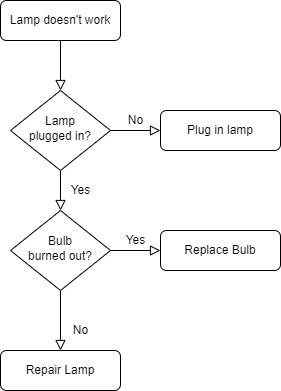
The draw.io diagram me/智慧物流.png in wwupower/daily-drawio, before a commit. Source tidied: cells renumbered, new cells last; positions are measured from the earlier drawing's top-left corner, leaving out a move shared by most shapes.
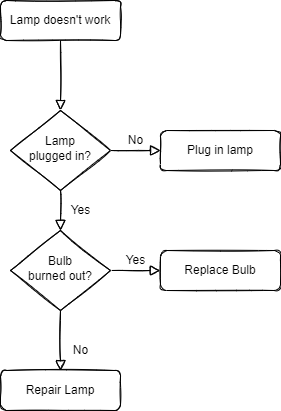
After the commit.

Commit message:
更新智慧物流.png

The edit, as a diff of the source:
```diff
@@ -2,37 +2,37 @@
   <root>
     <mxCell id="0" />
     <mxCell id="1" parent="0" />
-    <mxCell id="2" style="rounded=0;html=1;jettySize=auto;fontSize=11;endArrow=block;endFill=0;endSize=8;strokeWidth=1;shadow=0;labelBackgroundColor=none;edgeStyle=orthogonalEdgeStyle;" parent="1" edge="1" source="3" target="6">
+    <mxCell id="2" style="rounded=0;html=1;jettySize=auto;fontSize=11;endArrow=block;endFill=0;endSize=8;strokeWidth=1;shadow=0;labelBackgroundColor=none;edgeStyle=orthogonalEdgeStyle;sketch=1;" parent="1" edge="1" source="3" target="6">
       <mxGeometry relative="1" as="geometry" />
     </mxCell>
-    <mxCell id="3" value="Lamp doesn't work" style="rounded=1;whiteSpace=wrap;html=1;fontSize=12;glass=0;strokeWidth=1;shadow=0;" parent="1" vertex="1">
-      <mxGeometry width="120" height="40" as="geometry" />
+    <mxCell id="3" value="Lamp doesn't work" style="rounded=1;whiteSpace=wrap;html=1;fontSize=12;glass=0;strokeWidth=1;shadow=0;sketch=1;" parent="1" vertex="1">
+      <mxGeometry y="-20" width="120" height="40" as="geometry" />
     </mxCell>
-    <mxCell id="4" value="Yes" style="rounded=0;html=1;jettySize=auto;fontSize=11;endArrow=block;endFill=0;endSize=8;strokeWidth=1;shadow=0;labelBackgroundColor=none;edgeStyle=orthogonalEdgeStyle;" parent="1" edge="1" source="6" target="10">
+    <mxCell id="4" value="Yes" style="rounded=0;html=1;jettySize=auto;fontSize=11;endArrow=block;endFill=0;endSize=8;strokeWidth=1;shadow=0;labelBackgroundColor=none;edgeStyle=orthogonalEdgeStyle;sketch=1;" parent="1" edge="1" source="6" target="10">
       <mxGeometry y="20" relative="1" as="geometry" />
     </mxCell>
-    <mxCell id="5" value="No" style="edgeStyle=orthogonalEdgeStyle;rounded=0;html=1;jettySize=auto;fontSize=11;endArrow=block;endFill=0;endSize=8;strokeWidth=1;shadow=0;labelBackgroundColor=none;" parent="1" edge="1" source="6" target="7">
+    <mxCell id="5" value="No" style="edgeStyle=orthogonalEdgeStyle;rounded=0;html=1;jettySize=auto;fontSize=11;endArrow=block;endFill=0;endSize=8;strokeWidth=1;shadow=0;labelBackgroundColor=none;sketch=1;" parent="1" edge="1" source="6" target="7">
       <mxGeometry y="10" relative="1" as="geometry" />
     </mxCell>
-    <mxCell id="6" value="Lamp&lt;br&gt;plugged in?" style="rhombus;whiteSpace=wrap;html=1;shadow=0;fontFamily=Helvetica;fontSize=12;align=center;strokeWidth=1;spacing=6;spacingTop=-4;" parent="1" vertex="1">
+    <mxCell id="6" value="Lamp&lt;br&gt;plugged in?" style="rhombus;whiteSpace=wrap;html=1;shadow=0;fontFamily=Helvetica;fontSize=12;align=center;strokeWidth=1;spacing=6;spacingTop=-4;sketch=1;" parent="1" vertex="1">
       <mxGeometry x="10" y="90" width="100" height="80" as="geometry" />
     </mxCell>
-    <mxCell id="7" value="Plug in lamp" style="rounded=1;whiteSpace=wrap;html=1;fontSize=12;glass=0;strokeWidth=1;shadow=0;" parent="1" vertex="1">
+    <mxCell id="7" value="Plug in lamp" style="rounded=1;whiteSpace=wrap;html=1;fontSize=12;glass=0;strokeWidth=1;shadow=0;sketch=1;" parent="1" vertex="1">
       <mxGeometry x="160" y="110" width="120" height="40" as="geometry" />
     </mxCell>
-    <mxCell id="8" value="No" style="rounded=0;html=1;jettySize=auto;fontSize=11;endArrow=block;endFill=0;endSize=8;strokeWidth=1;shadow=0;labelBackgroundColor=none;edgeStyle=orthogonalEdgeStyle;" parent="1" edge="1" source="10" target="11">
+    <mxCell id="8" value="No" style="rounded=0;html=1;jettySize=auto;fontSize=11;endArrow=block;endFill=0;endSize=8;strokeWidth=1;shadow=0;labelBackgroundColor=none;edgeStyle=orthogonalEdgeStyle;sketch=1;" parent="1" edge="1" source="10" target="11">
       <mxGeometry x="0.33" y="20" relative="1" as="geometry" />
     </mxCell>
-    <mxCell id="9" value="Yes" style="edgeStyle=orthogonalEdgeStyle;rounded=0;html=1;jettySize=auto;fontSize=11;endArrow=block;endFill=0;endSize=8;strokeWidth=1;shadow=0;labelBackgroundColor=none;" parent="1" edge="1" source="10" target="12">
+    <mxCell id="9" value="Yes" style="edgeStyle=orthogonalEdgeStyle;rounded=0;html=1;jettySize=auto;fontSize=11;endArrow=block;endFill=0;endSize=8;strokeWidth=1;shadow=0;labelBackgroundColor=none;sketch=1;" parent="1" edge="1" source="10" target="12">
       <mxGeometry y="10" relative="1" as="geometry" />
     </mxCell>
-    <mxCell id="10" value="Bulb&lt;br&gt;burned out?" style="rhombus;whiteSpace=wrap;html=1;shadow=0;fontFamily=Helvetica;fontSize=12;align=center;strokeWidth=1;spacing=6;spacingTop=-4;" parent="1" vertex="1">
+    <mxCell id="10" value="Bulb&lt;br&gt;burned out?" style="rhombus;whiteSpace=wrap;html=1;shadow=0;fontFamily=Helvetica;fontSize=12;align=center;strokeWidth=1;spacing=6;spacingTop=-4;sketch=1;" parent="1" vertex="1">
       <mxGeometry x="10" y="210" width="100" height="80" as="geometry" />
     </mxCell>
-    <mxCell id="11" value="Repair Lamp" style="rounded=1;whiteSpace=wrap;html=1;fontSize=12;glass=0;strokeWidth=1;shadow=0;" parent="1" vertex="1">
+    <mxCell id="11" value="Repair Lamp" style="rounded=1;whiteSpace=wrap;html=1;fontSize=12;glass=0;strokeWidth=1;shadow=0;sketch=1;" parent="1" vertex="1">
       <mxGeometry y="350" width="120" height="40" as="geometry" />
     </mxCell>
-    <mxCell id="12" value="Replace Bulb" style="rounded=1;whiteSpace=wrap;html=1;fontSize=12;glass=0;strokeWidth=1;shadow=0;" parent="1" vertex="1">
+    <mxCell id="12" value="Replace Bulb" style="rounded=1;whiteSpace=wrap;html=1;fontSize=12;glass=0;strokeWidth=1;shadow=0;sketch=1;" parent="1" vertex="1">
       <mxGeometry x="160" y="230" width="120" height="40" as="geometry" />
     </mxCell>
   </root>
```
